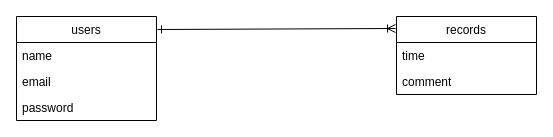
This is minesweeper.drawio from HirokiYagou/minesweeper, a draw.io file, before an edit. Source tidied: cells renumbered, new cells numbered last; positions are measured from the earlier drawing's top-left corner, leaving out a move shared by most shapes. Both pictures are drawn from the tidied source at 100%, with x=0, y=0 at pixel (16, 16).
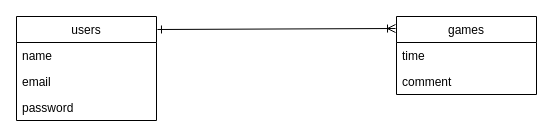
Above is the later version.

Commit message (it also covers changes not shown here):
テーブル名をgamesに変更

Change to the diagram source:
```diff
@@
 <mxGraphModel>
   <root>
     <mxCell id="0" />
     <mxCell id="1" parent="0" />
     <mxCell id="2" value="users" style="swimlane;fontStyle=0;horizontal=1;startSize=26;fillColor=none;" parent="1" vertex="1">
       <mxGeometry width="140" height="104" as="geometry" />
     </mxCell>
     <mxCell id="3" value="name" style="text;strokeColor=none;fillColor=none;align=left;verticalAlign=top;spacingLeft=4;spacingRight=4;overflow=hidden;" parent="2" vertex="1">
       <mxGeometry y="26" width="140" height="26" as="geometry" />
     </mxCell>
     <mxCell id="4" value="email" style="text;strokeColor=none;fillColor=none;align=left;verticalAlign=top;spacingLeft=4;spacingRight=4;overflow=hidden;" parent="2" vertex="1">
       <mxGeometry y="52" width="140" height="26" as="geometry" />
     </mxCell>
     <mxCell id="5" value="password" style="text;strokeColor=none;fillColor=none;align=left;verticalAlign=top;spacingLeft=4;spacingRight=4;overflow=hidden;" parent="2" vertex="1">
       <mxGeometry y="78" width="140" height="26" as="geometry" />
     </mxCell>
-    <mxCell id="6" value="records" style="swimlane;fontStyle=0;horizontal=1;startSize=26;fillColor=none;" parent="1" vertex="1">
+    <mxCell id="6" value="games" style="swimlane;fontStyle=0;horizontal=1;startSize=26;fillColor=none;" parent="1" vertex="1">
       <mxGeometry x="380" width="140" height="78" as="geometry" />
     </mxCell>
     <mxCell id="7" value="time" style="text;strokeColor=none;fillColor=none;align=left;verticalAlign=top;spacingLeft=4;spacingRight=4;overflow=hidden;" parent="6" vertex="1">
       <mxGeometry y="26" width="140" height="26" as="geometry" />
     </mxCell>
     <mxCell id="8" value="comment" style="text;strokeColor=none;fillColor=none;align=left;verticalAlign=top;spacingLeft=4;spacingRight=4;overflow=hidden;" parent="6" vertex="1">
       <mxGeometry y="52" width="140" height="26" as="geometry" />
     </mxCell>
     <mxCell id="9" style="endArrow=ERoneToMany;html=1;entryX=-0.007;entryY=0.154;entryDx=0;entryDy=0;entryPerimeter=0;exitX=1.007;exitY=0.125;exitDx=0;exitDy=0;exitPerimeter=0;startArrow=ERone;startFill=0;endFill=0;" parent="1" edge="1" source="2" target="6">
       <mxGeometry relative="1" as="geometry" />
     </mxCell>
   </root>
 </mxGraphModel>
```
